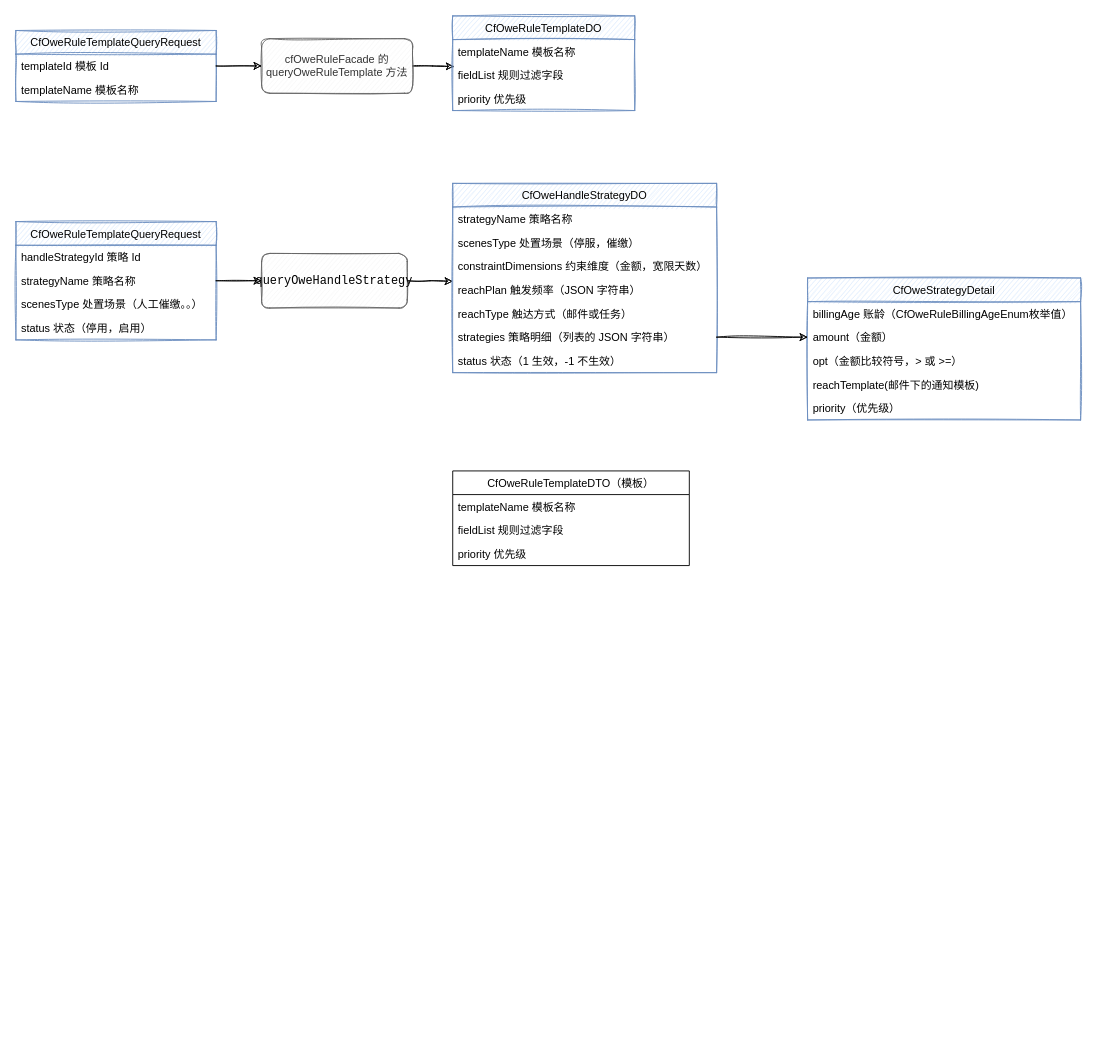
The draw.io diagram page "OweRuleFacade" (3 of 3) of Untitled Diagram.drawio in Lichit-bot/hello-computer, before the edit. Source tidied: cells renumbered, new cells numbered last; positions are measured from the earlier drawing's top-left corner, leaving out a move shared by most shapes. Both pictures are drawn from the tidied source at 91%, with x=0, y=0 at pixel (15, 15).
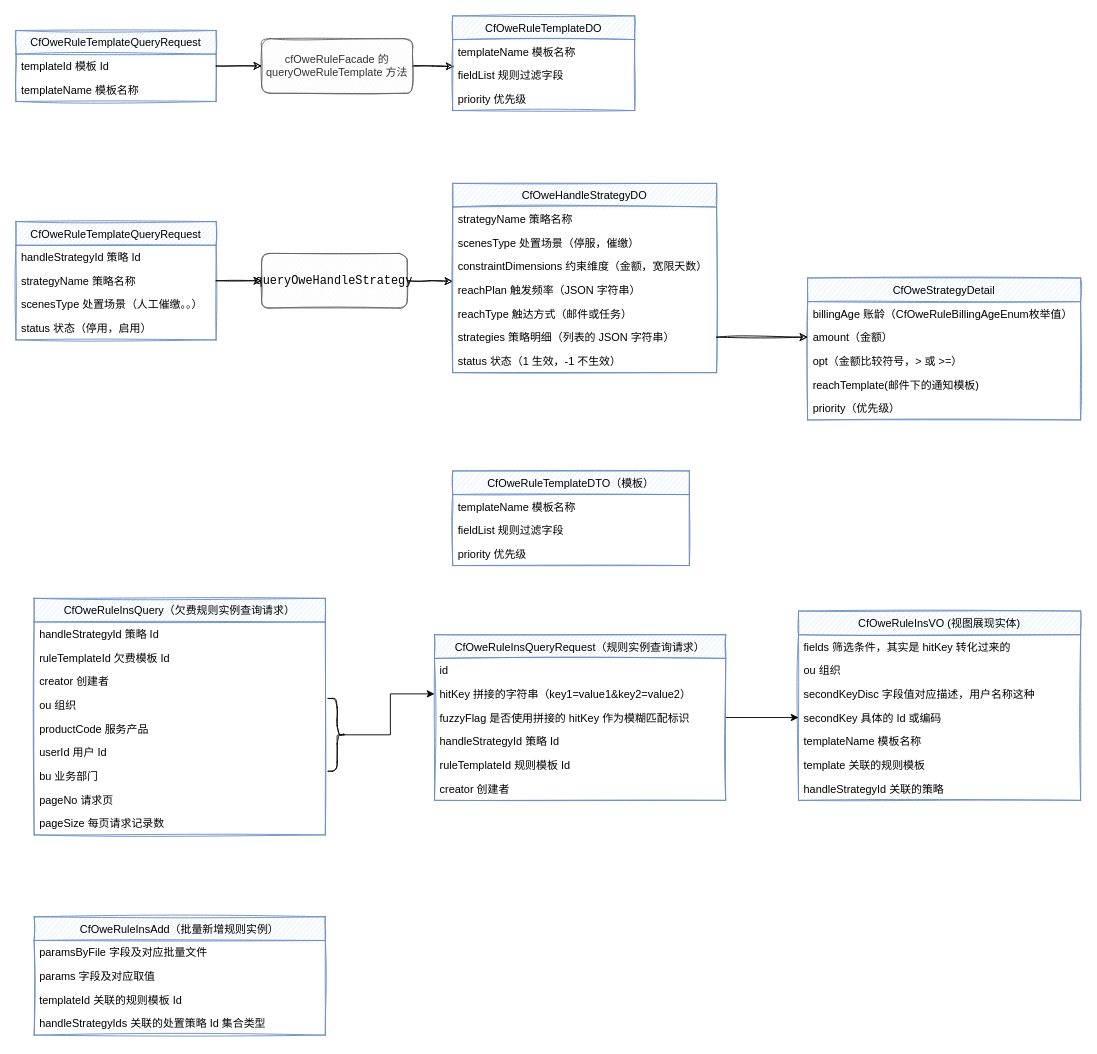
After the change.

What changed in the source:
```diff
@@
-    <mxCell id="35" value="CfOweRuleTemplateDTO（模板）" style="swimlane;fontStyle=0;horizontal=1;startSize=26;" parent="1" vertex="1">
+    <mxCell id="35" value="CfOweRuleTemplateDTO（模板）" style="swimlane;fontStyle=0;horizontal=1;startSize=26;fillColor=#dae8fc;strokeColor=#6c8ebf;sketch=1;" parent="1" vertex="1">
       <mxGeometry x="480" y="500" width="260" height="104" as="geometry" />
     </mxCell>
@@
+    <mxCell id="39" value="CfOweRuleInsQueryRequest（规则实例查询请求）" style="swimlane;fontStyle=0;horizontal=1;startSize=26;fillColor=#dae8fc;strokeColor=#6c8ebf;sketch=1;" parent="1" vertex="1">
+      <mxGeometry x="460" y="680" width="320" height="182" as="geometry" />
+    </mxCell>
+    <mxCell id="40" value="id" style="text;strokeColor=none;fillColor=none;align=left;verticalAlign=top;spacingLeft=4;spacingRight=4;overflow=hidden;" parent="39" vertex="1">
+      <mxGeometry y="26" width="320" height="26" as="geometry" />
+    </mxCell>
+    <mxCell id="41" value="hitKey 拼接的字符串（key1=value1&amp;key2=value2）" style="text;strokeColor=none;fillColor=none;align=left;verticalAlign=top;spacingLeft=4;spacingRight=4;overflow=hidden;points=[[0,0.5],[1,0.5]];portConstraint=eastwest;" parent="39" vertex="1">
+      <mxGeometry y="52" width="320" height="26" as="geometry" />
+    </mxCell>
+    <mxCell id="42" value="fuzzyFlag 是否使用拼接的 hitKey 作为模糊匹配标识" style="text;strokeColor=none;fillColor=none;align=left;verticalAlign=top;spacingLeft=4;spacingRight=4;overflow=hidden;points=[[0,0.5],[1,0.5]];portConstraint=eastwest;" parent="39" vertex="1">
+      <mxGeometry y="78" width="320" height="26" as="geometry" />
+    </mxCell>
+    <mxCell id="43" value="handleStrategyId 策略 Id" style="text;strokeColor=none;fillColor=none;align=left;verticalAlign=top;spacingLeft=4;spacingRight=4;overflow=hidden;" parent="39" vertex="1">
+      <mxGeometry y="104" width="320" height="26" as="geometry" />
+    </mxCell>
+    <mxCell id="44" value="ruleTemplateId 规则模板 Id" style="text;strokeColor=none;fillColor=none;align=left;verticalAlign=top;spacingLeft=4;spacingRight=4;overflow=hidden;" parent="39" vertex="1">
+      <mxGeometry y="130" width="320" height="26" as="geometry" />
+    </mxCell>
+    <mxCell id="45" value="creator 创建者" style="text;strokeColor=none;fillColor=none;align=left;verticalAlign=top;spacingLeft=4;spacingRight=4;overflow=hidden;" parent="39" vertex="1">
+      <mxGeometry y="156" width="320" height="26" as="geometry" />
+    </mxCell>
+    <mxCell id="46" value="CfOweRuleInsQuery（欠费规则实例查询请求）" style="swimlane;fontStyle=0;horizontal=1;startSize=26;fillColor=#dae8fc;strokeColor=#6c8ebf;sketch=1;" parent="1" vertex="1">
+      <mxGeometry x="20" y="640" width="320" height="260" as="geometry" />
+    </mxCell>
+    <mxCell id="47" value="handleStrategyId 策略 Id" style="text;strokeColor=none;fillColor=none;align=left;verticalAlign=top;spacingLeft=4;spacingRight=4;overflow=hidden;" parent="46" vertex="1">
+      <mxGeometry y="26" width="320" height="26" as="geometry" />
+    </mxCell>
+    <mxCell id="48" value="ruleTemplateId 欠费模板 Id" style="text;strokeColor=none;fillColor=none;align=left;verticalAlign=top;spacingLeft=4;spacingRight=4;overflow=hidden;" parent="46" vertex="1">
+      <mxGeometry y="52" width="320" height="26" as="geometry" />
+    </mxCell>
+    <mxCell id="49" value="creator 创建者" style="text;strokeColor=none;fillColor=none;align=left;verticalAlign=top;spacingLeft=4;spacingRight=4;overflow=hidden;" parent="46" vertex="1">
+      <mxGeometry y="78" width="320" height="26" as="geometry" />
+    </mxCell>
+    <mxCell id="50" value="ou 组织" style="text;strokeColor=none;fillColor=none;align=left;verticalAlign=top;spacingLeft=4;spacingRight=4;overflow=hidden;" parent="46" vertex="1">
+      <mxGeometry y="104" width="320" height="26" as="geometry" />
+    </mxCell>
+    <mxCell id="51" value="productCode 服务产品" style="text;strokeColor=none;fillColor=none;align=left;verticalAlign=top;spacingLeft=4;spacingRight=4;overflow=hidden;" parent="46" vertex="1">
+      <mxGeometry y="130" width="320" height="26" as="geometry" />
+    </mxCell>
+    <mxCell id="52" value="userId 用户 Id" style="text;strokeColor=none;fillColor=none;align=left;verticalAlign=top;spacingLeft=4;spacingRight=4;overflow=hidden;" parent="46" vertex="1">
+      <mxGeometry y="156" width="320" height="26" as="geometry" />
+    </mxCell>
+    <mxCell id="53" value="bu 业务部门" style="text;strokeColor=none;fillColor=none;align=left;verticalAlign=top;spacingLeft=4;spacingRight=4;overflow=hidden;" parent="46" vertex="1">
+      <mxGeometry y="182" width="320" height="26" as="geometry" />
+    </mxCell>
+    <mxCell id="54" value="pageNo 请求页" style="text;strokeColor=none;fillColor=none;align=left;verticalAlign=top;spacingLeft=4;spacingRight=4;overflow=hidden;" parent="46" vertex="1">
+      <mxGeometry y="208" width="320" height="26" as="geometry" />
+    </mxCell>
+    <mxCell id="55" value="pageSize 每页请求记录数" style="text;strokeColor=none;fillColor=none;align=left;verticalAlign=top;spacingLeft=4;spacingRight=4;overflow=hidden;" parent="46" vertex="1">
+      <mxGeometry y="234" width="320" height="26" as="geometry" />
+    </mxCell>
+    <mxCell id="56" style="edgeStyle=orthogonalEdgeStyle;rounded=0;jettySize=auto;html=1;exitX=0.1;exitY=0.5;exitDx=0;exitDy=0;exitPerimeter=0;entryX=0;entryY=0.5;entryDx=0;entryDy=0;" parent="1" edge="1" source="57" target="41">
+      <mxGeometry relative="1" as="geometry" />
+    </mxCell>
+    <mxCell id="57" style="shape=curlyBracket;whiteSpace=wrap;html=1;rounded=1;flipH=1;sketch=1;" parent="1" vertex="1">
+      <mxGeometry x="343" y="750" width="20" height="80" as="geometry" />
+    </mxCell>
+    <mxCell id="58" value="CfOweRuleInsVO (视图展现实体)" style="swimlane;fontStyle=0;horizontal=1;startSize=26;sketch=1;fillColor=#dae8fc;strokeColor=#6c8ebf;" parent="1" vertex="1">
+      <mxGeometry x="860" y="654" width="310" height="208" as="geometry" />
+    </mxCell>
+    <mxCell id="59" value="fields 筛选条件，其实是 hitKey 转化过来的" style="text;strokeColor=none;fillColor=none;align=left;verticalAlign=top;spacingLeft=4;spacingRight=4;overflow=hidden;" parent="58" vertex="1">
+      <mxGeometry y="26" width="310" height="26" as="geometry" />
+    </mxCell>
+    <mxCell id="60" value="ou 组织" style="text;strokeColor=none;fillColor=none;align=left;verticalAlign=top;spacingLeft=4;spacingRight=4;overflow=hidden;" parent="58" vertex="1">
+      <mxGeometry y="52" width="310" height="26" as="geometry" />
+    </mxCell>
+    <mxCell id="61" value="secondKeyDisc 字段值对应描述，用户名称这种" style="text;strokeColor=none;fillColor=none;align=left;verticalAlign=top;spacingLeft=4;spacingRight=4;overflow=hidden;" parent="58" vertex="1">
+      <mxGeometry y="78" width="310" height="26" as="geometry" />
+    </mxCell>
+    <mxCell id="62" value="secondKey 具体的 Id 或编码" style="text;strokeColor=none;fillColor=none;align=left;verticalAlign=top;spacingLeft=4;spacingRight=4;overflow=hidden;points=[[0,0.5],[1,0.5]];portConstraint=eastwest;" parent="58" vertex="1">
+      <mxGeometry y="104" width="310" height="26" as="geometry" />
+    </mxCell>
+    <mxCell id="63" value="templateName 模板名称" style="text;strokeColor=none;fillColor=none;align=left;verticalAlign=top;spacingLeft=4;spacingRight=4;overflow=hidden;" parent="58" vertex="1">
+      <mxGeometry y="130" width="310" height="26" as="geometry" />
+    </mxCell>
+    <mxCell id="64" value="template 关联的规则模板" style="text;strokeColor=none;fillColor=none;align=left;verticalAlign=top;spacingLeft=4;spacingRight=4;overflow=hidden;" parent="58" vertex="1">
+      <mxGeometry y="156" width="310" height="26" as="geometry" />
+    </mxCell>
+    <mxCell id="65" value="handleStrategyId 关联的策略" style="text;strokeColor=none;fillColor=none;align=left;verticalAlign=top;spacingLeft=4;spacingRight=4;overflow=hidden;" parent="58" vertex="1">
+      <mxGeometry y="182" width="310" height="26" as="geometry" />
+    </mxCell>
+    <mxCell id="66" style="edgeStyle=orthogonalEdgeStyle;rounded=0;jettySize=auto;html=1;exitX=1;exitY=0.5;exitDx=0;exitDy=0;" parent="1" edge="1" source="42" target="62">
+      <mxGeometry relative="1" as="geometry" />
+    </mxCell>
+    <mxCell id="67" value="CfOweRuleInsAdd（批量新增规则实例）" style="swimlane;fontStyle=0;horizontal=1;startSize=26;sketch=1;fillColor=#dae8fc;strokeColor=#6c8ebf;" parent="1" vertex="1">
+      <mxGeometry x="20" y="990" width="320" height="130" as="geometry" />
+    </mxCell>
+    <mxCell id="68" value="paramsByFile 字段及对应批量文件" style="text;strokeColor=none;fillColor=none;align=left;verticalAlign=top;spacingLeft=4;spacingRight=4;overflow=hidden;" parent="67" vertex="1">
+      <mxGeometry y="26" width="320" height="26" as="geometry" />
+    </mxCell>
+    <mxCell id="69" value="params 字段及对应取值" style="text;strokeColor=none;fillColor=none;align=left;verticalAlign=top;spacingLeft=4;spacingRight=4;overflow=hidden;" parent="67" vertex="1">
+      <mxGeometry y="52" width="320" height="26" as="geometry" />
+    </mxCell>
+    <mxCell id="70" value="templateId 关联的规则模板 Id" style="text;strokeColor=none;fillColor=none;align=left;verticalAlign=top;spacingLeft=4;spacingRight=4;overflow=hidden;" parent="67" vertex="1">
+      <mxGeometry y="78" width="320" height="26" as="geometry" />
+    </mxCell>
+    <mxCell id="71" value="handleStrategyIds 关联的处置策略 Id 集合类型" style="text;strokeColor=none;fillColor=none;align=left;verticalAlign=top;spacingLeft=4;spacingRight=4;overflow=hidden;" parent="67" vertex="1">
+      <mxGeometry y="104" width="320" height="26" as="geometry" />
+    </mxCell>
```
